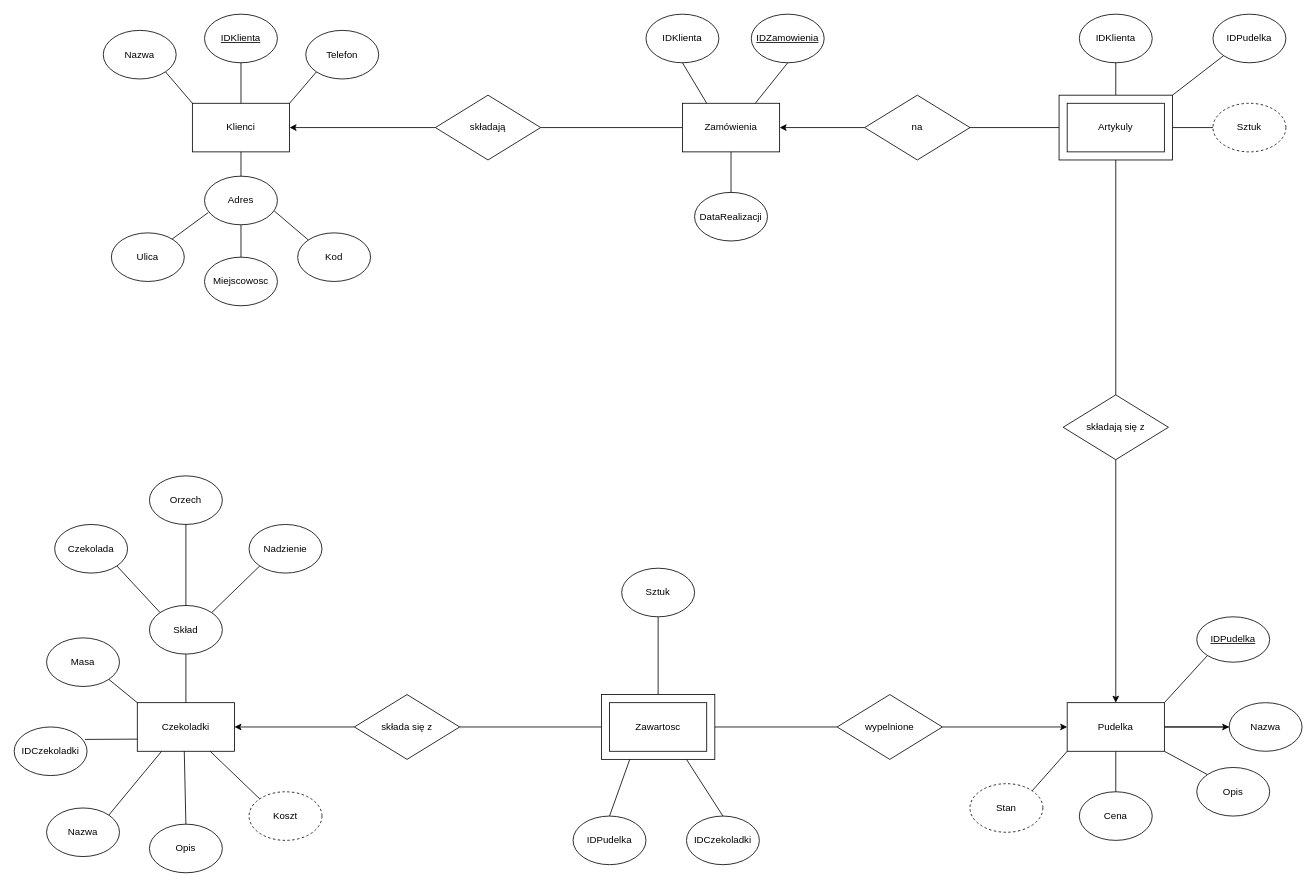
Earlier version of the draw.io diagram cw1_zad4.drawio (jniktw/bazydanychGIN). Source tidied: cells renumbered, new cells numbered last; positions are measured from the earlier drawing's top-left corner, leaving out a move shared by most shapes. Both pictures are drawn from the tidied source at 81%, with x=0, y=0 at pixel (14, 14).
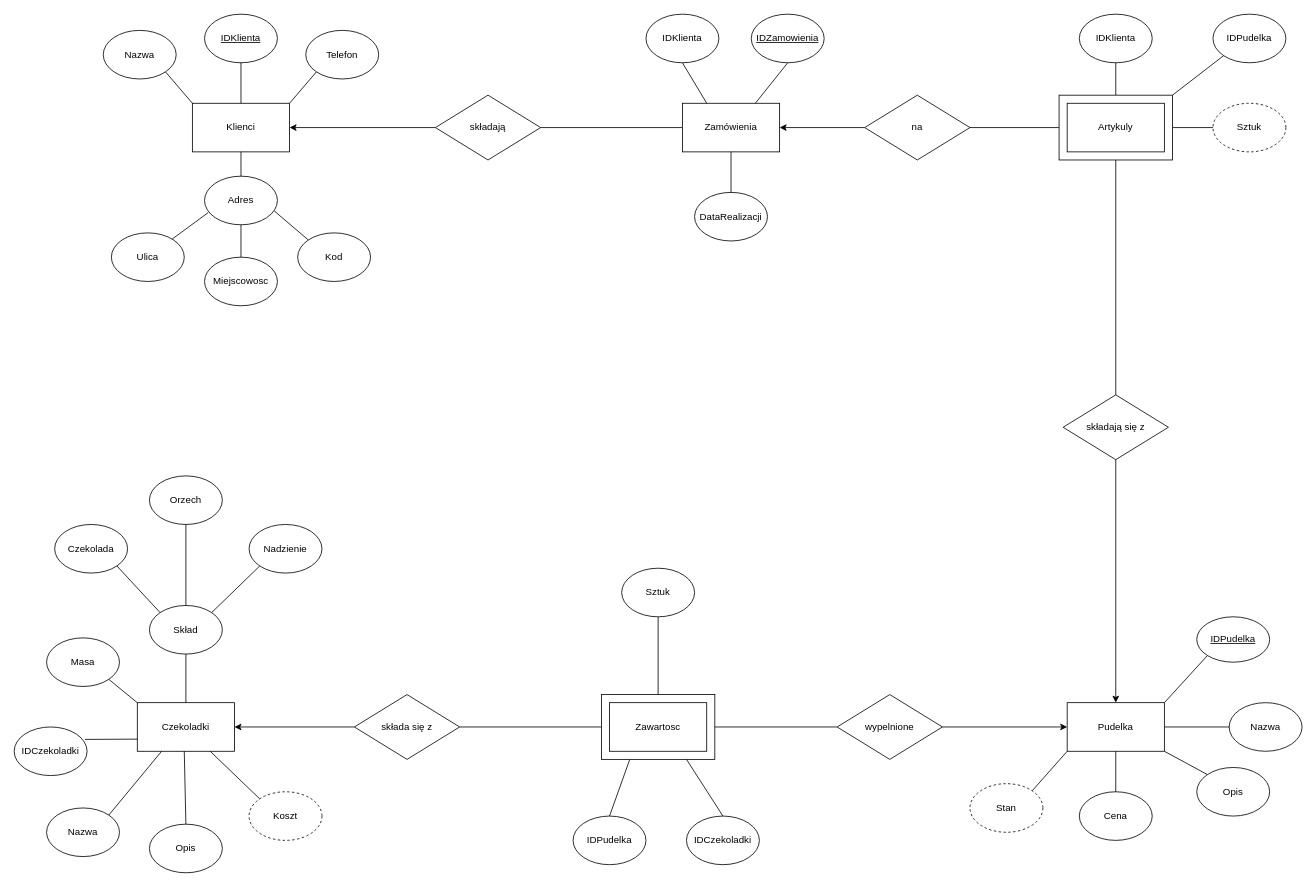
Above is the later version.

Unchanged cells that the change refers to:
```xml
<mxCell id="45" value="Nazwa" style="ellipse;whiteSpace=wrap;html=1;" parent="1" vertex="1">
  <mxGeometry x="1500" y="850" width="90" height="60" as="geometry" />
</mxCell>
<mxCell id="81" value="Pudelka" style="rounded=0;whiteSpace=wrap;html=1;" parent="1" vertex="1">
  <mxGeometry x="1300" y="850" width="120" height="60" as="geometry" />
</mxCell>
```

Change to the diagram source:
```diff
@@
-    <mxCell id="80" style="edgeStyle=orthogonalEdgeStyle;rounded=0;jettySize=auto;html=1;" parent="1" edge="1" source="81" target="45">
-      <mxGeometry relative="1" as="geometry" />
-    </mxCell>
```
